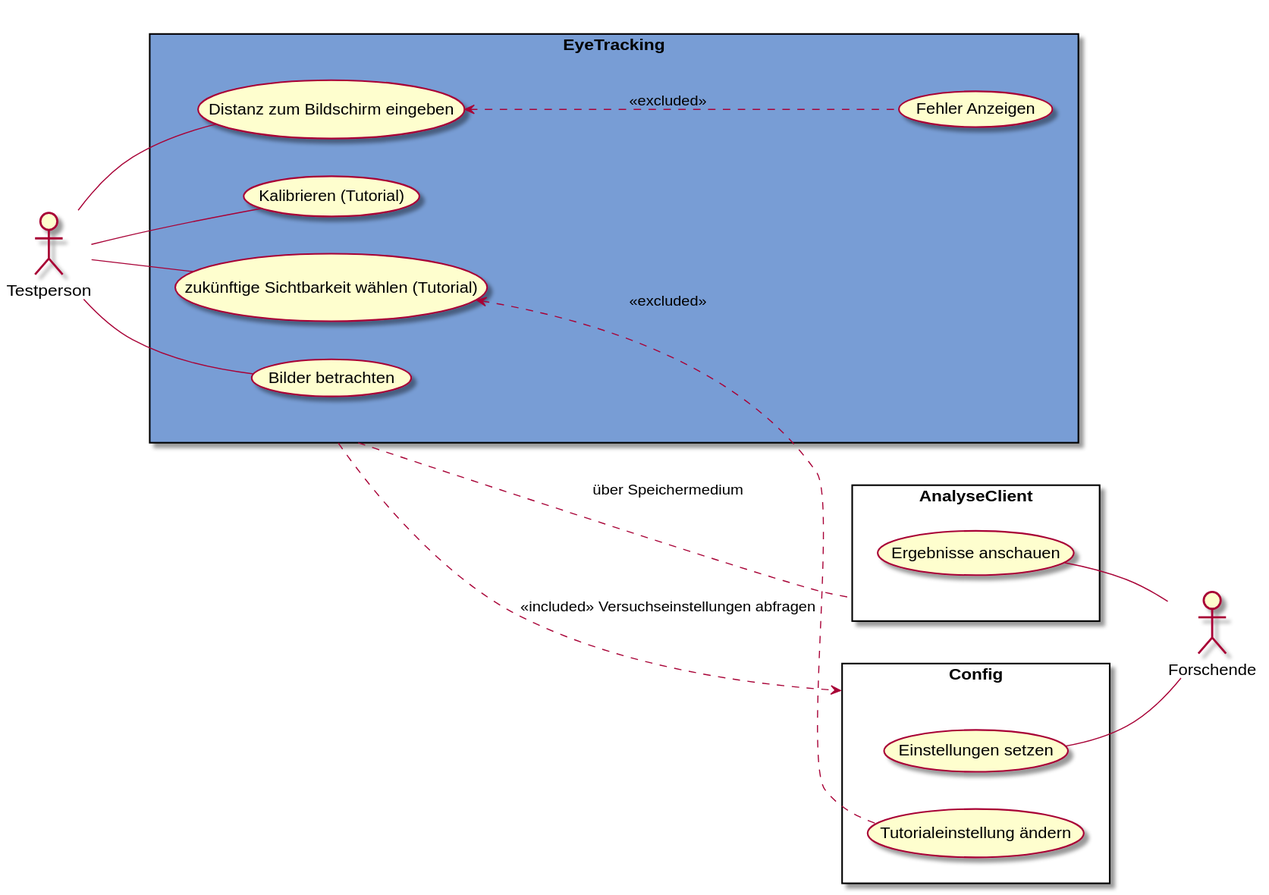
Above: meilenstein_05/usecase-EyeTracking/usecase-EyeTracking.svg in weichware10/meilensteine (PlantUML), before the change.
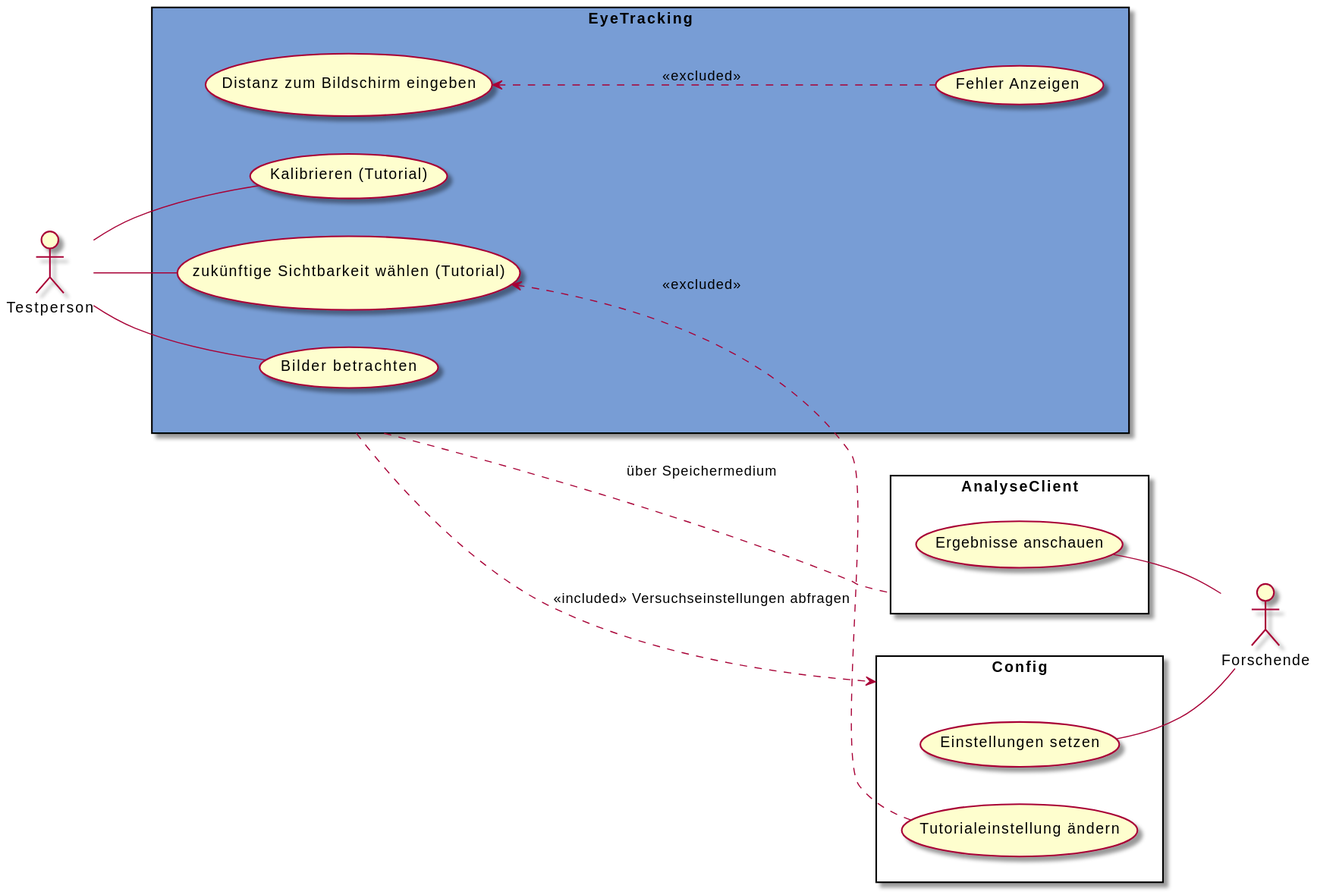
Later version of the same file.

Commit message:
rendered SVGs

Diff of the diagram source:
```diff
@@ -1,4 +1,4 @@
-@startuml EyeTracking
+@startuml
 left to right direction
 
 actor Testperson as t
@@ -21,7 +21,6 @@
     usecase "Tutorialeinstellung ändern" as tä
 }
 
-t -- db
 t -- kt
 t -- tw
 t -- bb
@@ -33,5 +32,4 @@
 z .. a : über Speichermedium
 z ..> c : <<included>> Versuchseinstellungen abfragen
 db <.. fa : <<excluded>>
-
 @enduml
```
